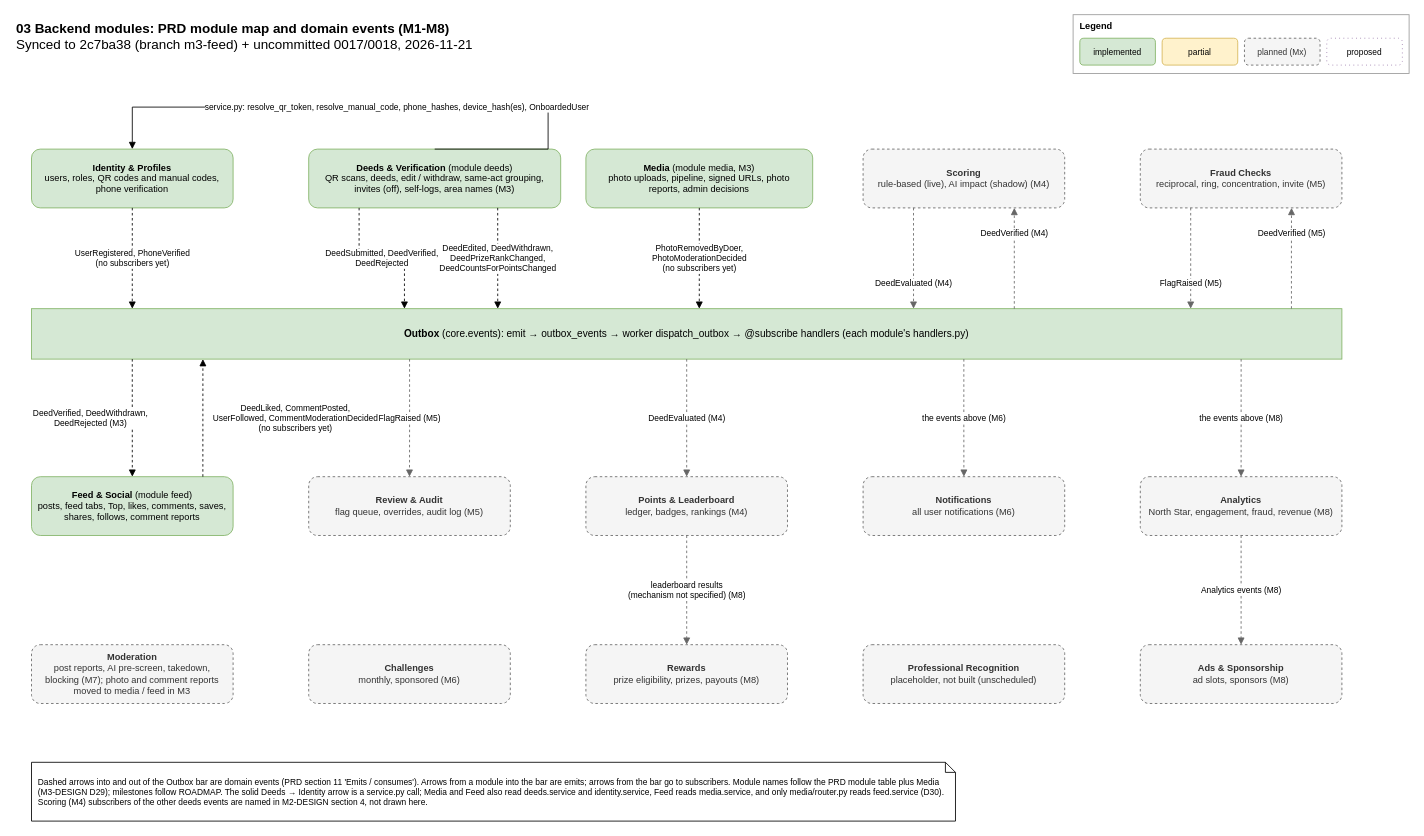
Ismail94M/Good-Deeds keeps this draw.io diagram as page "Module map (M1-M8)" (5 of 6) of docs/architecture/03-backend-modules.drawio. Above is the earlier version. Source tidied: cells renumbered, new cells numbered last; positions are measured from the earlier drawing's top-left corner, leaving out a move shared by most shapes. Both pictures are drawn from the tidied source at 84%, with x=0, y=0 at pixel (14, 14).
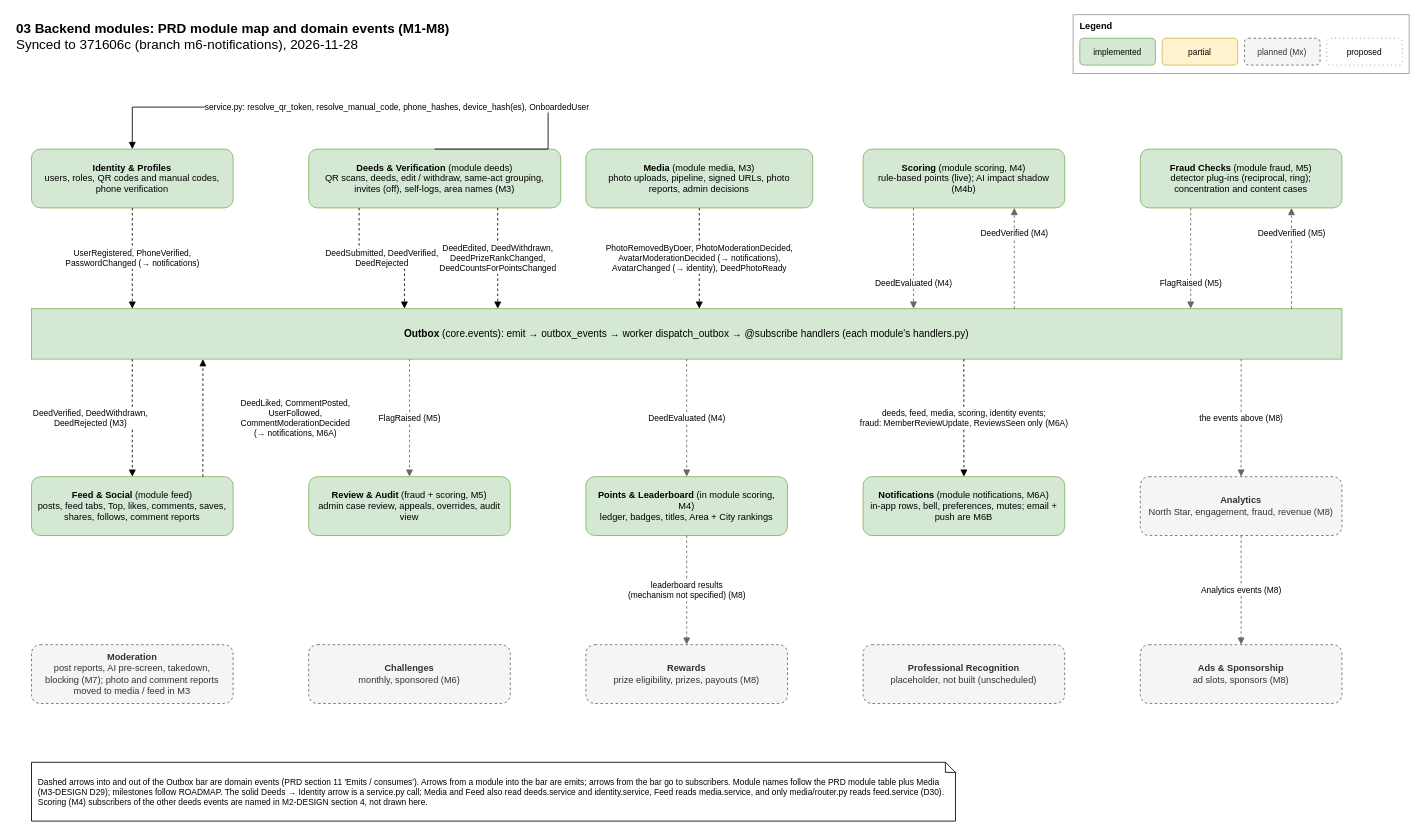
The same page after the edit.

The change refers to these unchanged cells:
```xml
<mxCell id="8" value="&lt;b&gt;Outbox&lt;/b&gt; (core.events): emit → outbox_events → worker dispatch_outbox → @subscribe handlers (each module's handlers.py)" style="rounded=0;whiteSpace=wrap;html=1;fontSize=12;fillColor=#d5e8d4;strokeColor=#82b366;" parent="1" vertex="1">
  <mxGeometry x="20" y="350" width="1560" height="60" as="geometry" />
</mxCell>
<mxCell id="9" value="&lt;b&gt;Identity &amp;amp; Profiles&lt;/b&gt;&lt;br&gt;users, roles, QR codes and manual codes, phone verification" style="rounded=1;whiteSpace=wrap;html=1;fontSize=11;spacing=8;fillColor=#d5e8d4;strokeColor=#82b366;" parent="1" vertex="1">
  <mxGeometry x="20" y="160" width="240" height="70" as="geometry" />
</mxCell>
<mxCell id="13" value="&lt;b&gt;Feed &amp;amp; Social&lt;/b&gt; (module feed)&lt;br&gt;posts, feed tabs, Top, likes, comments, saves, shares, follows, comment reports" style="rounded=1;whiteSpace=wrap;html=1;fontSize=11;spacing=8;fillColor=#d5e8d4;strokeColor=#82b366;" parent="1" vertex="1">
  <mxGeometry x="20" y="550" width="240" height="70" as="geometry" />
</mxCell>
<mxCell id="39" value="&lt;b&gt;Media&lt;/b&gt; (module media, M3)&lt;br&gt;photo uploads, pipeline, signed URLs, photo reports, admin decisions" style="rounded=1;whiteSpace=wrap;html=1;fontSize=11;spacing=8;fillColor=#d5e8d4;strokeColor=#82b366;" parent="1" vertex="1">
  <mxGeometry x="680" y="160" width="270" height="70" as="geometry" />
</mxCell>
```

Change to the diagram source:
```diff
@@
-    <mxCell id="2" value="&lt;b&gt;03 Backend modules: PRD module map and domain events (M1-M8)&lt;/b&gt;&lt;br&gt;Synced to 2c7ba38 (branch m3-feed) + uncommitted 0017/0018, 2026-11-21" style="text;html=1;align=left;verticalAlign=top;fontSize=16;strokeColor=none;fillColor=none;" parent="1" vertex="1">
+    <mxCell id="2" value="&lt;b&gt;03 Backend modules: PRD module map and domain events (M1-M8)&lt;/b&gt;&lt;br&gt;Synced to 371606c (branch m6-notifications), 2026-11-28" style="text;html=1;align=left;verticalAlign=top;fontSize=16;strokeColor=none;fillColor=none;" parent="1" vertex="1">
       <mxGeometry width="1100" height="50" as="geometry" />
     </mxCell>
@@
-    <mxCell id="11" value="&lt;b&gt;Scoring&lt;/b&gt;&lt;br&gt;rule-based (live), AI impact (shadow) (M4)" style="rounded=1;whiteSpace=wrap;html=1;fontSize=11;spacing=8;fillColor=#f5f5f5;strokeColor=#666666;fontColor=#333333;dashed=1;" parent="1" vertex="1">
+    <mxCell id="11" value="&lt;b&gt;Scoring&lt;/b&gt; (module scoring, M4)&lt;br&gt;rule-based points (live); AI impact shadow (M4b)" style="rounded=1;whiteSpace=wrap;html=1;fontSize=11;spacing=8;fillColor=#d5e8d4;strokeColor=#82b366;" parent="1" vertex="1">
       <mxGeometry x="1010" y="160" width="240" height="70" as="geometry" />
     </mxCell>
-    <mxCell id="12" value="&lt;b&gt;Fraud Checks&lt;/b&gt;&lt;br&gt;reciprocal, ring, concentration, invite (M5)" style="rounded=1;whiteSpace=wrap;html=1;fontSize=11;spacing=8;fillColor=#f5f5f5;strokeColor=#666666;fontColor=#333333;dashed=1;" parent="1" vertex="1">
+    <mxCell id="12" value="&lt;b&gt;Fraud Checks&lt;/b&gt; (module fraud, M5)&lt;br&gt;detector plug-ins (reciprocal, ring); concentration and content cases" style="rounded=1;whiteSpace=wrap;html=1;fontSize=11;spacing=8;fillColor=#d5e8d4;strokeColor=#82b366;" parent="1" vertex="1">
       <mxGeometry x="1340" y="160" width="240" height="70" as="geometry" />
     </mxCell>
@@
-    <mxCell id="14" value="&lt;b&gt;Review &amp;amp; Audit&lt;/b&gt;&lt;br&gt;flag queue, overrides, audit log (M5)" style="rounded=1;whiteSpace=wrap;html=1;fontSize=11;spacing=8;fillColor=#f5f5f5;strokeColor=#666666;fontColor=#333333;dashed=1;" parent="1" vertex="1">
+    <mxCell id="14" value="&lt;b&gt;Review &amp;amp; Audit&lt;/b&gt; (fraud + scoring, M5)&lt;br&gt;admin case review, appeals, overrides, audit view" style="rounded=1;whiteSpace=wrap;html=1;fontSize=11;spacing=8;fillColor=#d5e8d4;strokeColor=#82b366;" parent="1" vertex="1">
       <mxGeometry x="350" y="550" width="240" height="70" as="geometry" />
     </mxCell>
-    <mxCell id="15" value="&lt;b&gt;Points &amp;amp; Leaderboard&lt;/b&gt;&lt;br&gt;ledger, badges, rankings (M4)" style="rounded=1;whiteSpace=wrap;html=1;fontSize=11;spacing=8;fillColor=#f5f5f5;strokeColor=#666666;fontColor=#333333;dashed=1;" parent="1" vertex="1">
+    <mxCell id="15" value="&lt;b&gt;Points &amp;amp; Leaderboard&lt;/b&gt; (in module scoring, M4)&lt;br&gt;ledger, badges, titles, Area + City rankings" style="rounded=1;whiteSpace=wrap;html=1;fontSize=11;spacing=8;fillColor=#d5e8d4;strokeColor=#82b366;" parent="1" vertex="1">
       <mxGeometry x="680" y="550" width="240" height="70" as="geometry" />
     </mxCell>
-    <mxCell id="16" value="&lt;b&gt;Notifications&lt;/b&gt;&lt;br&gt;all user notifications (M6)" style="rounded=1;whiteSpace=wrap;html=1;fontSize=11;spacing=8;fillColor=#f5f5f5;strokeColor=#666666;fontColor=#333333;dashed=1;" parent="1" vertex="1">
+    <mxCell id="16" value="&lt;b&gt;Notifications&lt;/b&gt; (module notifications, M6A)&lt;br&gt;in-app rows, bell, preferences, mutes; email + push are M6B" style="rounded=1;whiteSpace=wrap;html=1;fontSize=11;spacing=8;fillColor=#d5e8d4;strokeColor=#82b366;" parent="1" vertex="1">
       <mxGeometry x="1010" y="550" width="240" height="70" as="geometry" />
     </mxCell>
@@
-    <mxCell id="23" value="UserRegistered, PhoneVerified&lt;br&gt;(no subscribers yet)" style="edgeStyle=orthogonalEdgeStyle;rounded=0;html=1;endArrow=block;strokeColor=#000000;dashed=1;fontSize=10;labelBackgroundColor=#ffffff;exitX=0.5;exitY=1;exitDx=0;exitDy=0;entryX=0.0769;entryY=0;entryDx=0;entryDy=0;" parent="1" edge="1" source="9" target="8">
+    <mxCell id="23" value="UserRegistered, PhoneVerified,&lt;br&gt;PasswordChanged (→ notifications)" style="edgeStyle=orthogonalEdgeStyle;rounded=0;html=1;endArrow=block;strokeColor=#000000;dashed=1;fontSize=10;labelBackgroundColor=#ffffff;exitX=0.5;exitY=1;exitDx=0;exitDy=0;entryX=0.0769;entryY=0;entryDx=0;entryDy=0;" parent="1" edge="1" source="9" target="8">
       <mxGeometry relative="1" as="geometry" />
     </mxCell>
@@
-    <mxCell id="33" value="the events above (M6)" style="edgeStyle=orthogonalEdgeStyle;rounded=0;html=1;endArrow=block;strokeColor=#666666;dashed=1;fontSize=10;labelBackgroundColor=#ffffff;exitX=0.7115;exitY=1;exitDx=0;exitDy=0;entryX=0.5;entryY=0;entryDx=0;entryDy=0;" parent="1" edge="1" source="8" target="16">
+    <mxCell id="33" value="deeds, feed, media, scoring, identity events;&lt;br&gt;fraud: MemberReviewUpdate, ReviewsSeen only (M6A)" style="edgeStyle=orthogonalEdgeStyle;rounded=0;html=1;endArrow=block;strokeColor=#000000;dashed=1;fontSize=10;labelBackgroundColor=#ffffff;exitX=0.7115;exitY=1;exitDx=0;exitDy=0;entryX=0.5;entryY=0;entryDx=0;entryDy=0;" parent="1" edge="1" source="8" target="16">
       <mxGeometry relative="1" as="geometry" />
     </mxCell>
@@
-    <mxCell id="40" value="PhotoRemovedByDoer,&lt;br&gt;PhotoModerationDecided&lt;br&gt;(no subscribers yet)" style="edgeStyle=orthogonalEdgeStyle;rounded=0;html=1;endArrow=block;strokeColor=#000000;dashed=1;fontSize=10;labelBackgroundColor=#ffffff;exitX=0.5;exitY=1;exitDx=0;exitDy=0;entryX=0.5096;entryY=0;entryDx=0;entryDy=0;" parent="1" edge="1" source="39" target="8">
+    <mxCell id="40" value="PhotoRemovedByDoer, PhotoModerationDecided,&lt;br&gt;AvatarModerationDecided (→ notifications),&lt;br&gt;AvatarChanged (→ identity), DeedPhotoReady" style="edgeStyle=orthogonalEdgeStyle;rounded=0;html=1;endArrow=block;strokeColor=#000000;dashed=1;fontSize=10;labelBackgroundColor=#ffffff;exitX=0.5;exitY=1;exitDx=0;exitDy=0;entryX=0.5096;entryY=0;entryDx=0;entryDy=0;" parent="1" edge="1" source="39" target="8">
       <mxGeometry relative="1" as="geometry" />
     </mxCell>
-    <mxCell id="41" value="DeedLiked, CommentPosted,&lt;br&gt;UserFollowed, CommentModerationDecided&lt;br&gt;(no subscribers yet)" style="edgeStyle=orthogonalEdgeStyle;rounded=0;html=1;endArrow=block;strokeColor=#000000;dashed=1;fontSize=10;labelBackgroundColor=#ffffff;exitX=0.85;exitY=0;exitDx=0;exitDy=0;entryX=0.1308;entryY=1;entryDx=0;entryDy=0;" parent="1" edge="1" source="13" target="8">
+    <mxCell id="41" value="DeedLiked, CommentPosted,&lt;br&gt;UserFollowed,&lt;br&gt;CommentModerationDecided&lt;br&gt;(→ notifications, M6A)" style="edgeStyle=orthogonalEdgeStyle;rounded=0;html=1;endArrow=block;strokeColor=#000000;dashed=1;fontSize=10;labelBackgroundColor=#ffffff;exitX=0.85;exitY=0;exitDx=0;exitDy=0;entryX=0.1308;entryY=1;entryDx=0;entryDy=0;" parent="1" edge="1" source="13" target="8">
       <mxGeometry relative="1" as="geometry">
         <mxPoint x="110" as="offset" />
       </mxGeometry>
     </mxCell>
```
